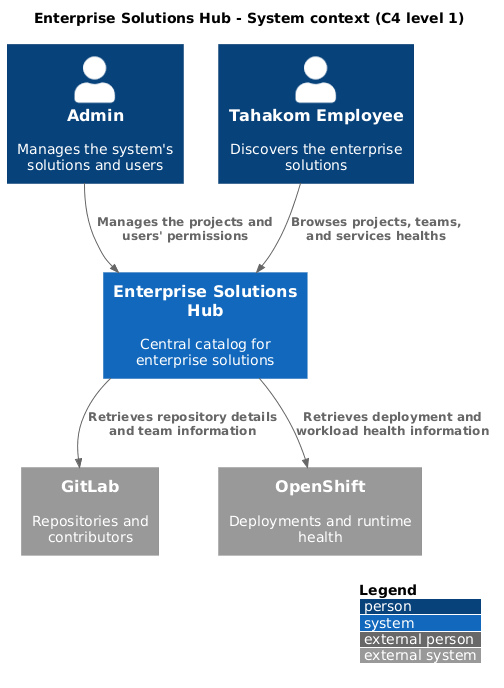
thisisAnoud/solutions-hub keeps this PlantUML diagram as docs/context.png. Above is the earlier version. Source of this version:
```plantuml
@startuml context


!include <C4/C4_Context>

title Enterprise Solutions Hub - System context (C4 level 1)

LAYOUT_WITH_LEGEND()

Person(admin, "Admin", "Manages the system's solutions and users")
Person(employee, "Tahakom Employee", "Discovers the enterprise solutions")

System(solutions_hub, "Enterprise Solutions Hub", "Central catalog for enterprise solutions")

System_Ext(gitLab, "GitLab", "Repositories and contributors")
System_Ext(openShift, "OpenShift", "Deployments and runtime health")

Rel(admin, solutions_hub, "Manages the projects and users' permissions")
Rel(employee, solutions_hub, "Browses projects, teams, and services healths")
Rel(solutions_hub, gitLab, "Retrieves repository details and team information")
Rel(solutions_hub, openShift, "Retrieves deployment and workload health information")

@enduml
```
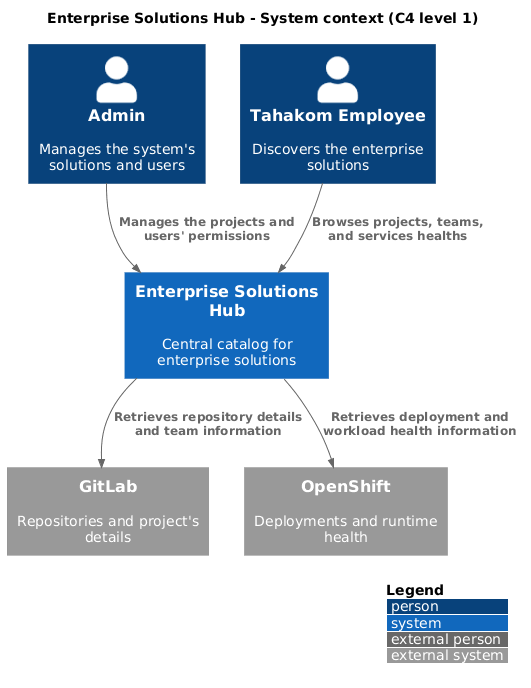
The same diagram one commit later.

Commit message:
Update GitLab system description in C4 context diagram.

Diff of the diagram source:
```diff
@@ -12,7 +12,7 @@
 
 System(solutions_hub, "Enterprise Solutions Hub", "Central catalog for enterprise solutions")
 
-System_Ext(gitLab, "GitLab", "Repositories and contributors")
+System_Ext(gitLab, "GitLab", "Repositories and project's details")
 System_Ext(openShift, "OpenShift", "Deployments and runtime health")
 
 Rel(admin, solutions_hub, "Manages the projects and users' permissions")
```
